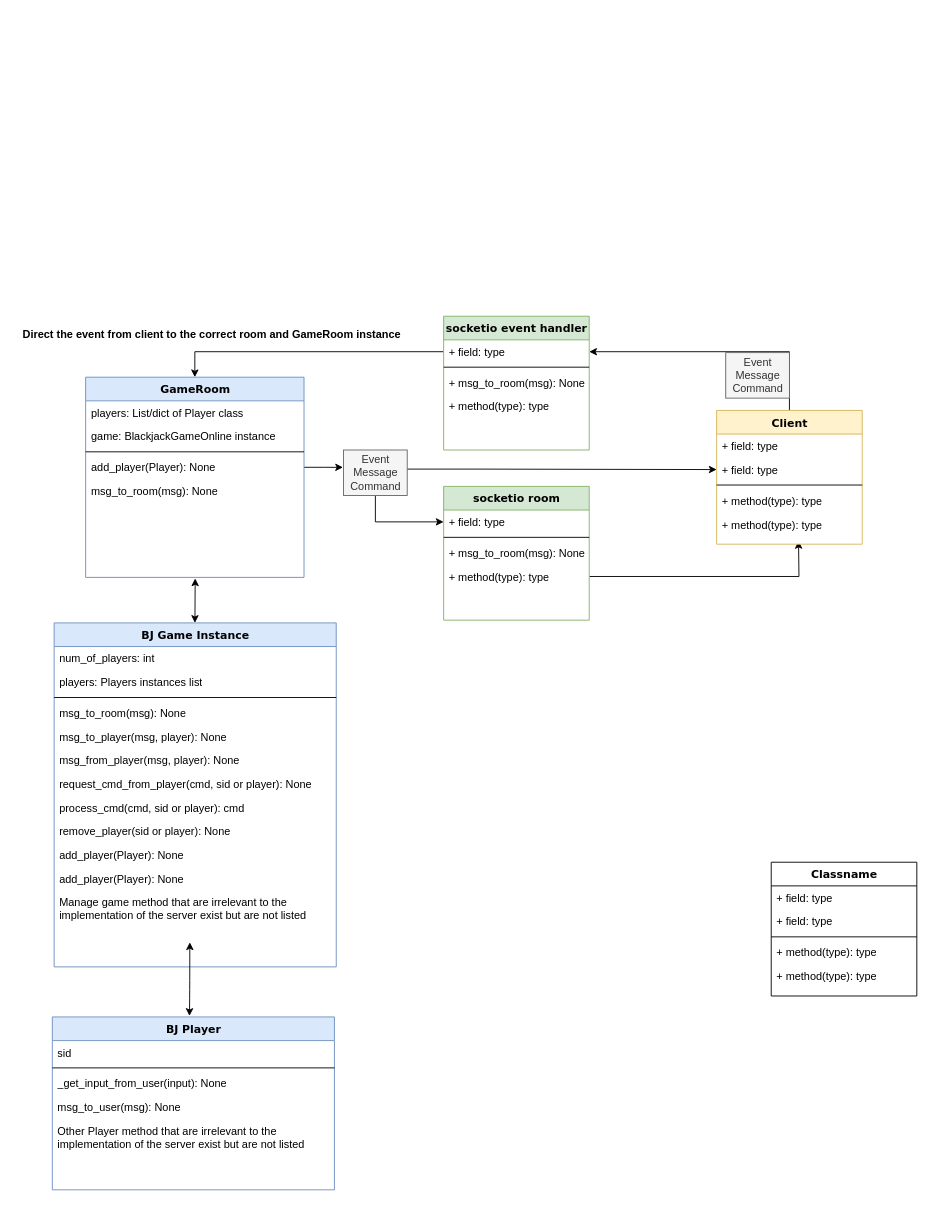
Above: Untitled Diagram.drawio in yuv-c/Blackjack-game (draw.io), before the change. Source tidied: cells renumbered, new cells numbered last; positions are measured from the earlier drawing's top-left corner, leaving out a move shared by most shapes. Both pictures are drawn from the tidied source at 91%, with x=0, y=0 at pixel (15, 316).
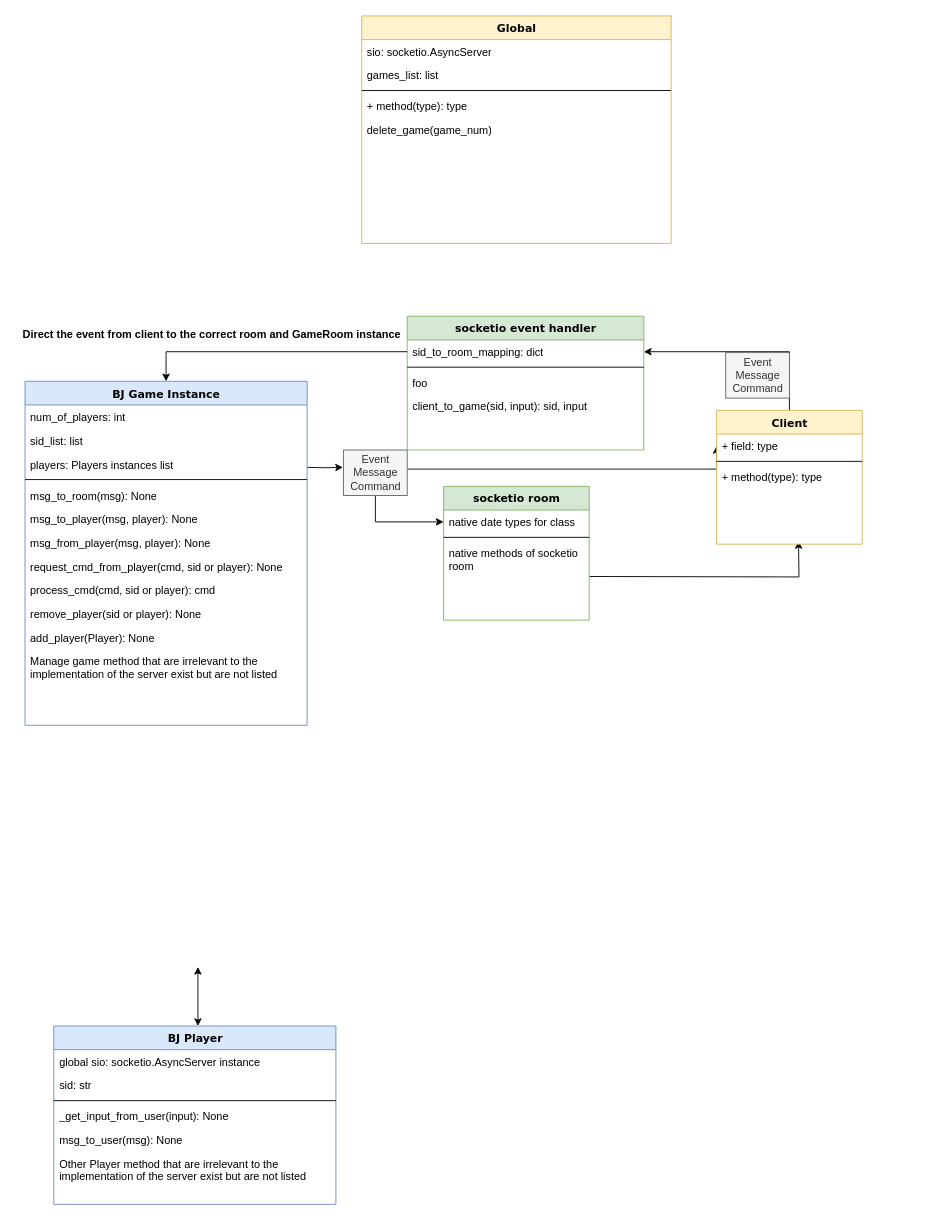
The same page after the edit.

Unchanged cells that the change refers to:
```xml
<mxCell id="15" value="Event&lt;br&gt;Message&lt;br&gt;Command" style="text;html=1;align=center;verticalAlign=middle;points=[];fillColor=#f5f5f5;strokeColor=#666666;fontColor=#333333;" parent="1" vertex="1">
  <mxGeometry x="360" y="147" width="70" height="50" as="geometry" />
</mxCell>
<mxCell id="17" value="socketio room" style="swimlane;html=1;fontStyle=1;align=center;verticalAlign=top;horizontal=1;startSize=26;swimlaneFillColor=#ffffff;rounded=0;shadow=0;comic=0;labelBackgroundColor=none;strokeWidth=1;fillColor=#d5e8d4;fontFamily=Verdana;fontSize=12;strokeColor=#82b366;" parent="1" vertex="1">
  <mxGeometry x="470" y="187" width="160" height="147" as="geometry" />
</mxCell>
<mxCell id="27" value="Client" style="swimlane;html=1;fontStyle=1;align=center;verticalAlign=top;horizontal=1;startSize=26;swimlaneFillColor=#ffffff;rounded=0;shadow=0;comic=0;labelBackgroundColor=none;strokeWidth=1;fillColor=#fff2cc;fontFamily=Verdana;fontSize=12;strokeColor=#d6b656;" parent="1" vertex="1">
  <mxGeometry x="770" y="103.5" width="160" height="147" as="geometry" />
</mxCell>
<mxCell id="51" value="Manage game method that are irrelevant to the implementation of the server exist but are not listed" style="text;html=1;strokeColor=none;fillColor=none;align=left;verticalAlign=top;spacingLeft=4;spacingRight=4;whiteSpace=wrap;overflow=hidden;points=[[0,0.5],[1,0.5]];portConstraint=eastwest;" parent="39" vertex="1">
  <mxGeometry y="294" width="310" height="58" as="geometry" />
</mxCell>
```

Change to the diagram source:
```diff
@@
-    <mxCell id="3" value="Classname" style="swimlane;html=1;fontStyle=1;align=center;verticalAlign=top;horizontal=1;startSize=26;swimlaneFillColor=#ffffff;rounded=0;shadow=0;comic=0;labelBackgroundColor=none;strokeWidth=1;fillColor=none;fontFamily=Verdana;fontSize=12;" parent="1" vertex="1">
-      <mxGeometry x="830" y="600" width="160" height="147" as="geometry" />
-    </mxCell>
-    <mxCell id="4" value="+ field: type" style="text;html=1;strokeColor=none;fillColor=none;align=left;verticalAlign=top;spacingLeft=4;spacingRight=4;whiteSpace=wrap;overflow=hidden;" parent="3" vertex="1">
-      <mxGeometry y="26" width="160" height="26" as="geometry" />
-    </mxCell>
-    <mxCell id="5" value="+ field: type" style="text;html=1;strokeColor=none;fillColor=none;align=left;verticalAlign=top;spacingLeft=4;spacingRight=4;whiteSpace=wrap;overflow=hidden;" parent="3" vertex="1">
-      <mxGeometry y="52" width="160" height="26" as="geometry" />
-    </mxCell>
-    <mxCell id="6" style="line;html=1;strokeWidth=1;fillColor=none;align=left;verticalAlign=middle;spacingTop=-1;spacingLeft=3;spacingRight=3;labelPosition=right;" parent="3" vertex="1">
-      <mxGeometry y="78" width="160" height="8" as="geometry" />
-    </mxCell>
-    <mxCell id="7" value="+ method(type): type" style="text;html=1;strokeColor=none;fillColor=none;align=left;verticalAlign=top;spacingLeft=4;spacingRight=4;whiteSpace=wrap;overflow=hidden;" parent="3" vertex="1">
-      <mxGeometry y="86" width="160" height="26" as="geometry" />
-    </mxCell>
-    <mxCell id="8" value="+ method(type): type" style="text;html=1;strokeColor=none;fillColor=none;align=left;verticalAlign=top;spacingLeft=4;spacingRight=4;whiteSpace=wrap;overflow=hidden;" parent="3" vertex="1">
-      <mxGeometry y="112" width="160" height="26" as="geometry" />
-    </mxCell>
-    <mxCell id="9" style="edgeStyle=orthogonalEdgeStyle;rounded=0;jettySize=auto;html=1;exitX=0;exitY=0.5;exitDx=0;exitDy=0;entryX=0.5;entryY=0;entryDx=0;entryDy=0;" parent="1" edge="1" source="23" target="33">
-      <mxGeometry relative="1" as="geometry" />
-    </mxCell>
@@
-    <mxCell id="12" style="edgeStyle=orthogonalEdgeStyle;rounded=0;jettySize=auto;html=1;exitX=1;exitY=0.5;exitDx=0;exitDy=0;" parent="1" edge="1" source="21">
+    <mxCell id="12" style="edgeStyle=orthogonalEdgeStyle;rounded=0;orthogonalLoop=1;jettySize=auto;html=1;exitX=1;exitY=0.5;exitDx=0;exitDy=0;" parent="1" edge="1">
       <mxGeometry relative="1" as="geometry">
+        <mxPoint x="630" y="286" as="sourcePoint" />
         <mxPoint x="860" y="247" as="targetPoint" />
       </mxGeometry>
     </mxCell>
@@
-    <mxCell id="16" style="edgeStyle=orthogonalEdgeStyle;rounded=0;jettySize=auto;html=1;exitX=1;exitY=0.5;exitDx=0;exitDy=0;entryX=-0.008;entryY=0.382;entryDx=0;entryDy=0;entryPerimeter=0;" parent="1" edge="1" source="37" target="15">
-      <mxGeometry relative="1" as="geometry" />
+    <mxCell id="16" style="edgeStyle=orthogonalEdgeStyle;rounded=0;jettySize=auto;html=1;exitX=1;exitY=0.5;exitDx=0;exitDy=0;entryX=-0.008;entryY=0.382;entryDx=0;entryDy=0;entryPerimeter=0;" parent="1" edge="1" target="15">
+      <mxGeometry relative="1" as="geometry">
+        <mxPoint x="316.6" y="166" as="sourcePoint" />
+      </mxGeometry>
     </mxCell>
@@
-    <mxCell id="18" value="+ field: type" style="text;html=1;strokeColor=none;fillColor=none;align=left;verticalAlign=top;spacingLeft=4;spacingRight=4;whiteSpace=wrap;overflow=hidden;points=[[0,0.5],[1,0.5]];portConstraint=eastwest;" parent="17" vertex="1">
+    <mxCell id="18" value="native date types for class" style="text;html=1;strokeColor=none;fillColor=none;align=left;verticalAlign=top;spacingLeft=4;spacingRight=4;whiteSpace=wrap;overflow=hidden;points=[[0,0.5],[1,0.5]];portConstraint=eastwest;" parent="17" vertex="1">
       <mxGeometry y="26" width="160" height="26" as="geometry" />
     </mxCell>
@@
-    <mxCell id="20" value="+ msg_to_room(msg): None" style="text;html=1;strokeColor=none;fillColor=none;align=left;verticalAlign=top;spacingLeft=4;spacingRight=4;whiteSpace=wrap;overflow=hidden;" parent="17" vertex="1">
-      <mxGeometry y="60" width="160" height="26" as="geometry" />
+    <mxCell id="20" value="native methods of socketio room" style="text;html=1;strokeColor=none;fillColor=none;align=left;verticalAlign=top;spacingLeft=4;spacingRight=4;whiteSpace=wrap;overflow=hidden;" parent="17" vertex="1">
+      <mxGeometry y="60" width="160" height="40" as="geometry" />
     </mxCell>
-    <mxCell id="21" value="+ method(type): type" style="text;html=1;strokeColor=none;fillColor=none;align=left;verticalAlign=top;spacingLeft=4;spacingRight=4;whiteSpace=wrap;overflow=hidden;points=[[0,0.5],[1,0.5]];portConstraint=eastwest;" parent="17" vertex="1">
-      <mxGeometry y="86" width="160" height="26" as="geometry" />
-    </mxCell>
     <mxCell id="22" value="socketio event handler" style="swimlane;html=1;fontStyle=1;align=center;verticalAlign=top;horizontal=1;startSize=26;swimlaneFillColor=#ffffff;rounded=0;shadow=0;comic=0;labelBackgroundColor=none;strokeWidth=1;fillColor=#d5e8d4;fontFamily=Verdana;fontSize=12;strokeColor=#82b366;" parent="1" vertex="1">
-      <mxGeometry x="470" width="160" height="147" as="geometry" />
+      <mxGeometry x="430" width="260" height="147" as="geometry" />
     </mxCell>
-    <mxCell id="23" value="+ field: type" style="text;html=1;strokeColor=none;fillColor=none;align=left;verticalAlign=top;spacingLeft=4;spacingRight=4;whiteSpace=wrap;overflow=hidden;points=[[0,0.5],[1,0.5]];portConstraint=eastwest;" parent="22" vertex="1">
-      <mxGeometry y="26" width="160" height="26" as="geometry" />
+    <mxCell id="23" value="sid_to_room_mapping: dict" style="text;html=1;strokeColor=none;fillColor=none;align=left;verticalAlign=top;spacingLeft=4;spacingRight=4;whiteSpace=wrap;overflow=hidden;points=[[0,0.5],[1,0.5]];portConstraint=eastwest;" parent="22" vertex="1">
+      <mxGeometry y="26" width="260" height="26" as="geometry" />
     </mxCell>
     <mxCell id="24" style="line;html=1;strokeWidth=1;fillColor=none;align=left;verticalAlign=middle;spacingTop=-1;spacingLeft=3;spacingRight=3;labelPosition=right;" parent="22" vertex="1">
-      <mxGeometry y="52" width="160" height="8" as="geometry" />
+      <mxGeometry y="52" width="260" height="8" as="geometry" />
     </mxCell>
-    <mxCell id="25" value="+ msg_to_room(msg): None" style="text;html=1;strokeColor=none;fillColor=none;align=left;verticalAlign=top;spacingLeft=4;spacingRight=4;whiteSpace=wrap;overflow=hidden;" parent="22" vertex="1">
-      <mxGeometry y="60" width="160" height="26" as="geometry" />
+    <mxCell id="25" value="foo" style="text;html=1;strokeColor=none;fillColor=none;align=left;verticalAlign=top;spacingLeft=4;spacingRight=4;whiteSpace=wrap;overflow=hidden;" parent="22" vertex="1">
+      <mxGeometry y="60" width="260" height="26" as="geometry" />
     </mxCell>
-    <mxCell id="26" value="+ method(type): type" style="text;html=1;strokeColor=none;fillColor=none;align=left;verticalAlign=top;spacingLeft=4;spacingRight=4;whiteSpace=wrap;overflow=hidden;" parent="22" vertex="1">
-      <mxGeometry y="86" width="160" height="26" as="geometry" />
+    <mxCell id="26" value="client_to_game(sid, input): sid, input" style="text;html=1;strokeColor=none;fillColor=none;align=left;verticalAlign=top;spacingLeft=4;spacingRight=4;whiteSpace=wrap;overflow=hidden;" parent="22" vertex="1">
+      <mxGeometry y="86" width="260" height="34" as="geometry" />
     </mxCell>
@@
-    <mxCell id="28" value="+ field: type" style="text;html=1;strokeColor=none;fillColor=none;align=left;verticalAlign=top;spacingLeft=4;spacingRight=4;whiteSpace=wrap;overflow=hidden;" parent="27" vertex="1">
-      <mxGeometry y="26" width="160" height="26" as="geometry" />
-    </mxCell>
     <mxCell id="29" value="+ field: type" style="text;html=1;strokeColor=none;fillColor=none;align=left;verticalAlign=top;spacingLeft=4;spacingRight=4;whiteSpace=wrap;overflow=hidden;points=[[0,0.5],[1,0.5]];portConstraint=eastwest;" parent="27" vertex="1">
-      <mxGeometry y="52" width="160" height="26" as="geometry" />
+      <mxGeometry y="26" width="160" height="26" as="geometry" />
     </mxCell>
     <mxCell id="30" style="line;html=1;strokeWidth=1;fillColor=none;align=left;verticalAlign=middle;spacingTop=-1;spacingLeft=3;spacingRight=3;labelPosition=right;" parent="27" vertex="1">
-      <mxGeometry y="78" width="160" height="8" as="geometry" />
+      <mxGeometry y="52" width="160" height="8" as="geometry" />
     </mxCell>
     <mxCell id="31" value="+ method(type): type" style="text;html=1;strokeColor=none;fillColor=none;align=left;verticalAlign=top;spacingLeft=4;spacingRight=4;whiteSpace=wrap;overflow=hidden;" parent="27" vertex="1">
-      <mxGeometry y="86" width="160" height="26" as="geometry" />
+      <mxGeometry y="60" width="160" height="26" as="geometry" />
     </mxCell>
-    <mxCell id="32" value="+ method(type): type" style="text;html=1;strokeColor=none;fillColor=none;align=left;verticalAlign=top;spacingLeft=4;spacingRight=4;whiteSpace=wrap;overflow=hidden;" parent="27" vertex="1">
-      <mxGeometry y="112" width="160" height="26" as="geometry" />
-    </mxCell>
-    <mxCell id="33" value="GameRoom" style="swimlane;html=1;fontStyle=1;align=center;verticalAlign=top;horizontal=1;startSize=26;swimlaneFillColor=#ffffff;rounded=0;shadow=0;comic=0;labelBackgroundColor=none;strokeWidth=1;fillColor=#dae8fc;fontFamily=Verdana;fontSize=12;strokeColor=#6c8ebf;" parent="1" vertex="1">
-      <mxGeometry x="76.6" y="67" width="240" height="220" as="geometry" />
-    </mxCell>
-    <mxCell id="34" value="players: List/dict of Player class" style="text;html=1;strokeColor=none;fillColor=none;align=left;verticalAlign=top;spacingLeft=4;spacingRight=4;whiteSpace=wrap;overflow=hidden;" parent="33" vertex="1">
-      <mxGeometry y="26" width="240" height="26" as="geometry" />
-    </mxCell>
-    <mxCell id="35" value="game: BlackjackGameOnline instance&lt;br&gt;&amp;nbsp;" style="text;html=1;strokeColor=none;fillColor=none;align=left;verticalAlign=top;spacingLeft=4;spacingRight=4;whiteSpace=wrap;overflow=hidden;" parent="33" vertex="1">
-      <mxGeometry y="52" width="240" height="26" as="geometry" />
-    </mxCell>
-    <mxCell id="36" style="line;html=1;strokeWidth=1;fillColor=none;align=left;verticalAlign=middle;spacingTop=-1;spacingLeft=3;spacingRight=3;labelPosition=right;" parent="33" vertex="1">
-      <mxGeometry y="78" width="240" height="8" as="geometry" />
-    </mxCell>
-    <mxCell id="37" value="add_player(Player): None" style="text;html=1;strokeColor=none;fillColor=none;align=left;verticalAlign=top;spacingLeft=4;spacingRight=4;whiteSpace=wrap;overflow=hidden;points=[[0,0.5],[1,0.5]];portConstraint=eastwest;" parent="33" vertex="1">
-      <mxGeometry y="86" width="240" height="26" as="geometry" />
-    </mxCell>
-    <mxCell id="38" value="msg_to_room(msg): None" style="text;html=1;strokeColor=none;fillColor=none;align=left;verticalAlign=top;spacingLeft=4;spacingRight=4;whiteSpace=wrap;overflow=hidden;" parent="33" vertex="1">
-      <mxGeometry y="112" width="240" height="26" as="geometry" />
-    </mxCell>
+    <mxCell id="60" style="endArrow=classic;startArrow=classic;html=1;" parent="1" edge="1">
+      <mxGeometry relative="1" as="geometry">
+        <mxPoint x="200" y="780" as="sourcePoint" />
+        <mxPoint x="200" y="715" as="targetPoint" />
+      </mxGeometry>
+    </mxCell>
     <mxCell id="39" value="BJ Game Instance" style="swimlane;html=1;fontStyle=1;align=center;verticalAlign=top;horizontal=1;startSize=26;swimlaneFillColor=#ffffff;rounded=0;shadow=0;comic=0;labelBackgroundColor=none;strokeWidth=1;fillColor=#dae8fc;fontFamily=Verdana;fontSize=12;strokeColor=#6c8ebf;" parent="1" vertex="1">
-      <mxGeometry x="42" y="337" width="310" height="378" as="geometry" />
+      <mxGeometry x="10" y="71.5" width="310" height="378" as="geometry" />
     </mxCell>
@@
+    <mxCell id="61" value="sid_list: list" style="text;html=1;strokeColor=none;fillColor=none;align=left;verticalAlign=top;spacingLeft=4;spacingRight=4;whiteSpace=wrap;overflow=hidden;" parent="39" vertex="1">
+      <mxGeometry y="52" width="310" height="26" as="geometry" />
+    </mxCell>
     <mxCell id="41" value="players: Players instances list" style="text;html=1;strokeColor=none;fillColor=none;align=left;verticalAlign=top;spacingLeft=4;spacingRight=4;whiteSpace=wrap;overflow=hidden;" parent="39" vertex="1">
-      <mxGeometry y="52" width="310" height="26" as="geometry" />
+      <mxGeometry y="78" width="310" height="26" as="geometry" />
     </mxCell>
     <mxCell id="42" style="line;html=1;strokeWidth=1;fillColor=none;align=left;verticalAlign=middle;spacingTop=-1;spacingLeft=3;spacingRight=3;labelPosition=right;" parent="39" vertex="1">
-      <mxGeometry y="78" width="310" height="8" as="geometry" />
+      <mxGeometry y="104" width="310" height="8" as="geometry" />
     </mxCell>
     <mxCell id="43" value="msg_to_room(msg): None" style="text;html=1;strokeColor=none;fillColor=none;align=left;verticalAlign=top;spacingLeft=4;spacingRight=4;whiteSpace=wrap;overflow=hidden;" parent="39" vertex="1">
-      <mxGeometry y="86" width="310" height="26" as="geometry" />
+      <mxGeometry y="112" width="310" height="26" as="geometry" />
     </mxCell>
     <mxCell id="44" value="msg_to_player(msg, player): None" style="text;html=1;strokeColor=none;fillColor=none;align=left;verticalAlign=top;spacingLeft=4;spacingRight=4;whiteSpace=wrap;overflow=hidden;" parent="39" vertex="1">
-      <mxGeometry y="112" width="310" height="26" as="geometry" />
+      <mxGeometry y="138" width="310" height="26" as="geometry" />
     </mxCell>
     <mxCell id="45" value="msg_from_player(msg, player): None" style="text;html=1;strokeColor=none;fillColor=none;align=left;verticalAlign=top;spacingLeft=4;spacingRight=4;whiteSpace=wrap;overflow=hidden;" parent="39" vertex="1">
-      <mxGeometry y="138" width="310" height="26" as="geometry" />
+      <mxGeometry y="164" width="310" height="26" as="geometry" />
     </mxCell>
     <mxCell id="46" value="request_cmd_from_player(cmd, sid or player): None&amp;nbsp;" style="text;html=1;strokeColor=none;fillColor=none;align=left;verticalAlign=top;spacingLeft=4;spacingRight=4;whiteSpace=wrap;overflow=hidden;" parent="39" vertex="1">
-      <mxGeometry y="164" width="310" height="26" as="geometry" />
+      <mxGeometry y="190" width="310" height="26" as="geometry" />
     </mxCell>
     <mxCell id="47" value="process_cmd(cmd, sid or player): cmd&amp;nbsp;" style="text;html=1;strokeColor=none;fillColor=none;align=left;verticalAlign=top;spacingLeft=4;spacingRight=4;whiteSpace=wrap;overflow=hidden;" parent="39" vertex="1">
-      <mxGeometry y="190" width="310" height="26" as="geometry" />
+      <mxGeometry y="216" width="310" height="26" as="geometry" />
     </mxCell>
     <mxCell id="48" value="remove_player(sid or player): None" style="text;html=1;strokeColor=none;fillColor=none;align=left;verticalAlign=top;spacingLeft=4;spacingRight=4;whiteSpace=wrap;overflow=hidden;" parent="39" vertex="1">
-      <mxGeometry y="216" width="310" height="26" as="geometry" />
+      <mxGeometry y="242" width="310" height="26" as="geometry" />
     </mxCell>
     <mxCell id="49" value="add_player(Player): None" style="text;html=1;strokeColor=none;fillColor=none;align=left;verticalAlign=top;spacingLeft=4;spacingRight=4;whiteSpace=wrap;overflow=hidden;" parent="39" vertex="1">
-      <mxGeometry y="242" width="310" height="26" as="geometry" />
+      <mxGeometry y="268" width="310" height="26" as="geometry" />
     </mxCell>
-    <mxCell id="50" value="add_player(Player): None" style="text;html=1;strokeColor=none;fillColor=none;align=left;verticalAlign=top;spacingLeft=4;spacingRight=4;whiteSpace=wrap;overflow=hidden;" parent="39" vertex="1">
-      <mxGeometry y="268" width="310" height="26" as="geometry" />
-    </mxCell>
@@
     <mxCell id="52" value="BJ Player" style="swimlane;html=1;fontStyle=1;align=center;verticalAlign=top;horizontal=1;startSize=26;swimlaneFillColor=#ffffff;rounded=0;shadow=0;comic=0;labelBackgroundColor=none;strokeWidth=1;fillColor=#dae8fc;fontFamily=Verdana;fontSize=12;strokeColor=#6c8ebf;" parent="1" vertex="1">
-      <mxGeometry x="40" y="770" width="310" height="190" as="geometry" />
+      <mxGeometry x="41.6" y="780" width="310" height="196" as="geometry" />
     </mxCell>
-    <mxCell id="53" value="sid" style="text;html=1;strokeColor=none;fillColor=none;align=left;verticalAlign=top;spacingLeft=4;spacingRight=4;whiteSpace=wrap;overflow=hidden;" parent="52" vertex="1">
+    <mxCell id="53" value="global sio:&amp;nbsp;socketio.AsyncServer instance" style="text;html=1;strokeColor=none;fillColor=none;align=left;verticalAlign=top;spacingLeft=4;spacingRight=4;whiteSpace=wrap;overflow=hidden;" parent="52" vertex="1">
       <mxGeometry y="26" width="310" height="26" as="geometry" />
     </mxCell>
+    <mxCell id="62" value="sid: str" style="text;html=1;strokeColor=none;fillColor=none;align=left;verticalAlign=top;spacingLeft=4;spacingRight=4;whiteSpace=wrap;overflow=hidden;" parent="52" vertex="1">
+      <mxGeometry y="52" width="310" height="26" as="geometry" />
+    </mxCell>
     <mxCell id="54" style="line;html=1;strokeWidth=1;fillColor=none;align=left;verticalAlign=middle;spacingTop=-1;spacingLeft=3;spacingRight=3;labelPosition=right;" parent="52" vertex="1">
-      <mxGeometry y="52" width="310" height="8" as="geometry" />
+      <mxGeometry y="78" width="310" height="8" as="geometry" />
     </mxCell>
     <mxCell id="55" value="_get_input_from_user(input): None" style="text;html=1;strokeColor=none;fillColor=none;align=left;verticalAlign=top;spacingLeft=4;spacingRight=4;whiteSpace=wrap;overflow=hidden;" parent="52" vertex="1">
-      <mxGeometry y="60" width="310" height="26" as="geometry" />
+      <mxGeometry y="86" width="310" height="26" as="geometry" />
     </mxCell>
     <mxCell id="56" value="msg_to_user(msg): None" style="text;html=1;strokeColor=none;fillColor=none;align=left;verticalAlign=top;spacingLeft=4;spacingRight=4;whiteSpace=wrap;overflow=hidden;" parent="52" vertex="1">
-      <mxGeometry y="86" width="310" height="26" as="geometry" />
+      <mxGeometry y="112" width="310" height="26" as="geometry" />
     </mxCell>
     <mxCell id="57" value="Other Player method that are irrelevant to the implementation of the server exist but are not listed" style="text;html=1;strokeColor=none;fillColor=none;align=left;verticalAlign=top;spacingLeft=4;spacingRight=4;whiteSpace=wrap;overflow=hidden;" parent="52" vertex="1">
-      <mxGeometry y="112" width="310" height="58" as="geometry" />
+      <mxGeometry y="138" width="310" height="58" as="geometry" />
     </mxCell>
-    <mxCell id="58" style="endArrow=classic;startArrow=classic;html=1;exitX=0.515;exitY=-0.003;exitDx=0;exitDy=0;exitPerimeter=0;entryX=0.481;entryY=0.983;entryDx=0;entryDy=0;entryPerimeter=0;" parent="1" edge="1" target="51">
-      <mxGeometry relative="1" as="geometry">
-        <mxPoint x="190.7" y="768.9" as="sourcePoint" />
-        <Array as="points">
-          <mxPoint x="191" y="740" />
-        </Array>
-      </mxGeometry>
-    </mxCell>
-    <mxCell id="59" style="endArrow=classic;startArrow=classic;html=1;exitX=0.515;exitY=-0.003;exitDx=0;exitDy=0;exitPerimeter=0;" parent="1" edge="1">
-      <mxGeometry relative="1" as="geometry">
-        <mxPoint x="196.7" y="337" as="sourcePoint" />
-        <mxPoint x="197" y="288.1" as="targetPoint" />
-      </mxGeometry>
-    </mxCell>
+    <mxCell id="63" style="edgeStyle=orthogonalEdgeStyle;rounded=0;jettySize=auto;html=1;exitX=0;exitY=0.5;exitDx=0;exitDy=0;entryX=0.5;entryY=0;entryDx=0;entryDy=0;" parent="1" edge="1" source="23" target="39">
+      <mxGeometry relative="1" as="geometry" />
+    </mxCell>
+    <mxCell id="64" value="Global" style="swimlane;html=1;fontStyle=1;align=center;verticalAlign=top;horizontal=1;startSize=26;swimlaneFillColor=#ffffff;rounded=0;shadow=0;comic=0;labelBackgroundColor=none;strokeWidth=1;fillColor=#fff2cc;fontFamily=Verdana;fontSize=12;strokeColor=#d6b656;" parent="1" vertex="1">
+      <mxGeometry x="380" y="-330" width="340" height="250" as="geometry" />
+    </mxCell>
+    <mxCell id="65" value="sio:&amp;nbsp;socketio.AsyncServer" style="text;html=1;strokeColor=none;fillColor=none;align=left;verticalAlign=top;spacingLeft=4;spacingRight=4;whiteSpace=wrap;overflow=hidden;" parent="64" vertex="1">
+      <mxGeometry y="26" width="340" height="26" as="geometry" />
+    </mxCell>
+    <mxCell id="66" value="games_list: list" style="text;html=1;strokeColor=none;fillColor=none;align=left;verticalAlign=top;spacingLeft=4;spacingRight=4;whiteSpace=wrap;overflow=hidden;" parent="64" vertex="1">
+      <mxGeometry y="52" width="340" height="26" as="geometry" />
+    </mxCell>
+    <mxCell id="67" style="line;html=1;strokeWidth=1;fillColor=none;align=left;verticalAlign=middle;spacingTop=-1;spacingLeft=3;spacingRight=3;labelPosition=right;" parent="64" vertex="1">
+      <mxGeometry y="78" width="340" height="8" as="geometry" />
+    </mxCell>
+    <mxCell id="68" value="+ method(type): type" style="text;html=1;strokeColor=none;fillColor=none;align=left;verticalAlign=top;spacingLeft=4;spacingRight=4;whiteSpace=wrap;overflow=hidden;" parent="64" vertex="1">
+      <mxGeometry y="86" width="340" height="26" as="geometry" />
+    </mxCell>
+    <mxCell id="69" value="delete_game(game_num)" style="text;html=1;strokeColor=none;fillColor=none;align=left;verticalAlign=top;spacingLeft=4;spacingRight=4;whiteSpace=wrap;overflow=hidden;" parent="64" vertex="1">
+      <mxGeometry y="112" width="340" height="26" as="geometry" />
+    </mxCell>
```
